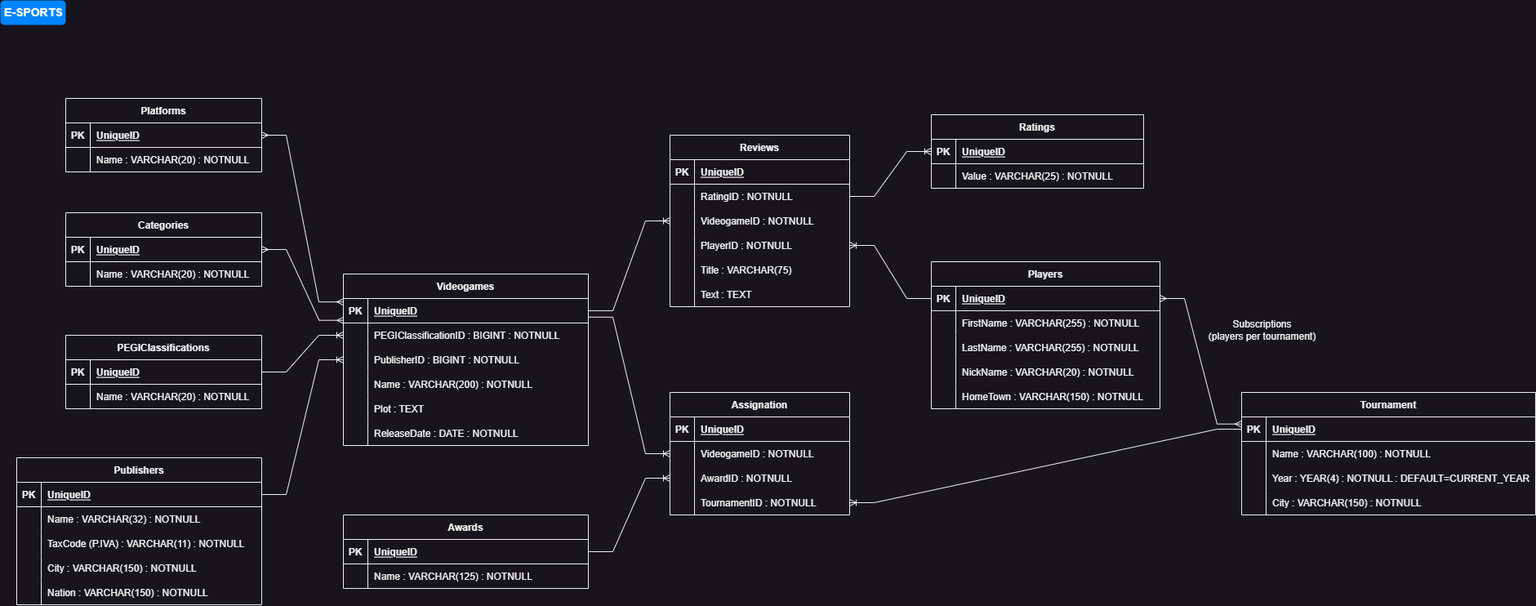
Earlier version of the draw.io export db-videogames.drawio.png (FrancescoLimpias/db-videogames). Source tidied: cells renumbered, new cells last; positions are measured from the earlier drawing's top-left corner, leaving out a move shared by most shapes.
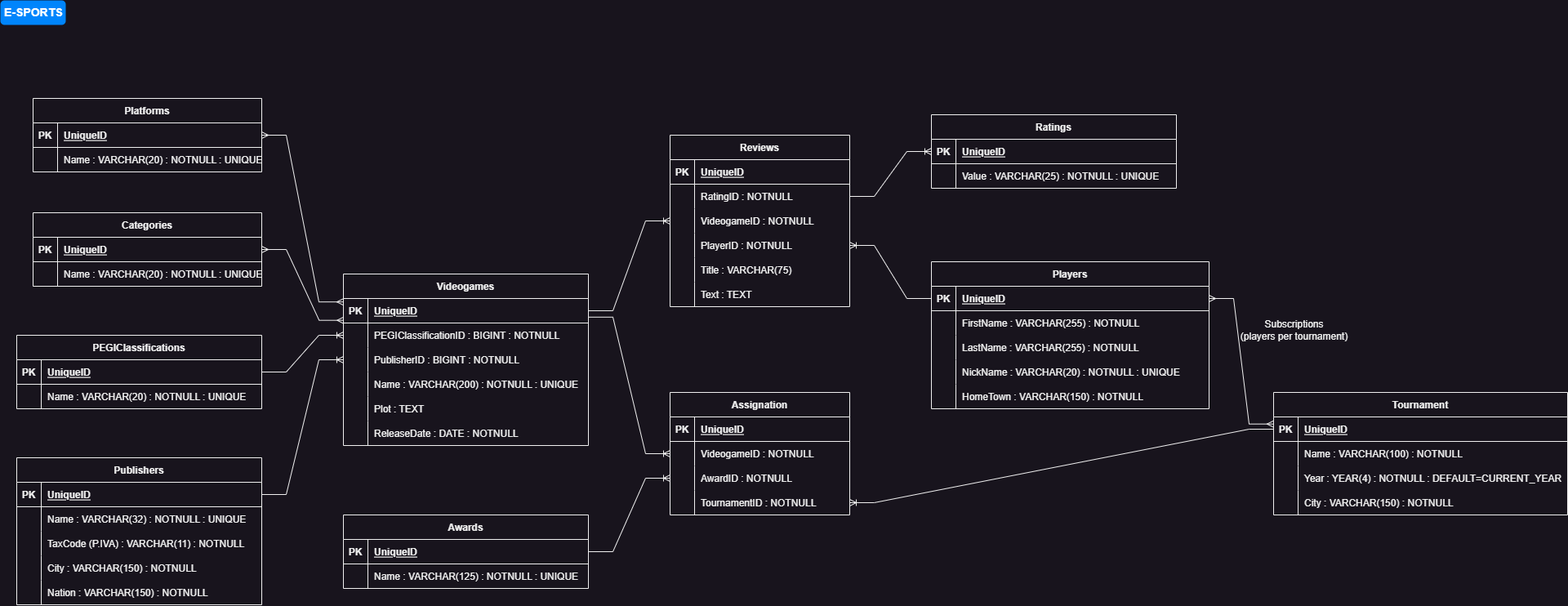
Later version of the same file.

Commit message:
Added Unique Attribute

What changed in the source:
```diff
@@ -41,7 +41,7 @@
     <mxCell id="14" style="shape=partialRectangle;fillColor=none;top=0;left=0;bottom=0;right=0;overflow=hidden;" parent="13" vertex="1">
       <mxGeometry width="30" height="30" as="geometry" />
     </mxCell>
-    <mxCell id="15" value="Name : VARCHAR(200) : NOTNULL" style="shape=partialRectangle;fillColor=none;top=0;left=0;bottom=0;right=0;align=left;spacingLeft=6;overflow=hidden;" parent="13" vertex="1">
+    <mxCell id="15" value="Name : VARCHAR(200) : NOTNULL : UNIQUE" style="shape=partialRectangle;fillColor=none;top=0;left=0;bottom=0;right=0;align=left;spacingLeft=6;overflow=hidden;" parent="13" vertex="1">
       <mxGeometry x="30" width="270" height="30" as="geometry" />
     </mxCell>
     <mxCell id="16" style="shape=tableRow;horizontal=0;startSize=0;swimlaneHead=0;swimlaneBody=0;fillColor=none;top=0;left=0;right=0;bottom=0;" parent="3" vertex="1">
@@ -80,7 +80,7 @@
     <mxCell id="27" style="shape=partialRectangle;fillColor=none;top=0;left=0;bottom=0;right=0;overflow=hidden;" parent="26" vertex="1">
       <mxGeometry width="30" height="30" as="geometry" />
     </mxCell>
-    <mxCell id="28" value="Name : VARCHAR(32) : NOTNULL" style="shape=partialRectangle;fillColor=none;top=0;left=0;bottom=0;right=0;align=left;spacingLeft=6;overflow=hidden;" parent="26" vertex="1">
+    <mxCell id="28" value="Name : VARCHAR(32) : NOTNULL : UNIQUE" style="shape=partialRectangle;fillColor=none;top=0;left=0;bottom=0;right=0;align=left;spacingLeft=6;overflow=hidden;" parent="26" vertex="1">
       <mxGeometry x="30" width="270" height="30" as="geometry" />
     </mxCell>
     <mxCell id="29" style="shape=tableRow;horizontal=0;startSize=0;swimlaneHead=0;swimlaneBody=0;fillColor=none;top=0;left=0;right=0;bottom=0;" parent="22" vertex="1">
@@ -111,70 +111,70 @@
       <mxGeometry x="30" width="270" height="30" as="geometry" />
     </mxCell>
     <mxCell id="38" value="Platforms" style="shape=table;startSize=30;rowLines=0;fontStyle=1;align=center;" parent="1" vertex="1">
-      <mxGeometry x="80" y="120" width="240" height="90" as="geometry" />
+      <mxGeometry x="40" y="120" width="280" height="90" as="geometry" />
     </mxCell>
     <mxCell id="39" style="shape=tableRow;horizontal=0;startSize=0;swimlaneHead=0;swimlaneBody=0;fillColor=none;points=[[0,0.5],[1,0.5]];portConstraint=eastwest;top=0;left=0;right=0;bottom=1;" parent="38" vertex="1">
-      <mxGeometry y="30" width="240" height="30" as="geometry" />
+      <mxGeometry y="30" width="280" height="30" as="geometry" />
     </mxCell>
     <mxCell id="40" value="PK" style="shape=partialRectangle;fillColor=none;top=0;left=0;bottom=0;right=0;fontStyle=1;overflow=hidden;" parent="39" vertex="1">
       <mxGeometry width="30" height="30" as="geometry" />
     </mxCell>
     <mxCell id="41" value="UniqueID" style="shape=partialRectangle;fillColor=none;top=0;left=0;bottom=0;right=0;align=left;spacingLeft=6;fontStyle=5;overflow=hidden;" parent="39" vertex="1">
-      <mxGeometry x="30" width="210" height="30" as="geometry" />
+      <mxGeometry x="30" width="250" height="30" as="geometry" />
     </mxCell>
     <mxCell id="42" style="shape=tableRow;horizontal=0;startSize=0;swimlaneHead=0;swimlaneBody=0;fillColor=none;top=0;left=0;right=0;bottom=0;" parent="38" vertex="1">
-      <mxGeometry y="60" width="240" height="30" as="geometry" />
+      <mxGeometry y="60" width="280" height="30" as="geometry" />
     </mxCell>
     <mxCell id="43" style="shape=partialRectangle;fillColor=none;top=0;left=0;bottom=0;right=0;overflow=hidden;" parent="42" vertex="1">
       <mxGeometry width="30" height="30" as="geometry" />
     </mxCell>
-    <mxCell id="44" value="Name : VARCHAR(20) : NOTNULL" style="shape=partialRectangle;fillColor=none;top=0;left=0;bottom=0;right=0;align=left;spacingLeft=6;overflow=hidden;" parent="42" vertex="1">
-      <mxGeometry x="30" width="210" height="30" as="geometry" />
+    <mxCell id="44" value="Name : VARCHAR(20) : NOTNULL : UNIQUE" style="shape=partialRectangle;fillColor=none;top=0;left=0;bottom=0;right=0;align=left;spacingLeft=6;overflow=hidden;" parent="42" vertex="1">
+      <mxGeometry x="30" width="250" height="30" as="geometry" />
     </mxCell>
     <mxCell id="45" value="Categories" style="shape=table;startSize=30;rowLines=0;fontStyle=1;align=center;" parent="1" vertex="1">
-      <mxGeometry x="80" y="260" width="240" height="90" as="geometry" />
+      <mxGeometry x="40" y="260" width="280" height="90" as="geometry" />
     </mxCell>
     <mxCell id="46" style="shape=tableRow;horizontal=0;startSize=0;swimlaneHead=0;swimlaneBody=0;fillColor=none;points=[[0,0.5],[1,0.5]];portConstraint=eastwest;top=0;left=0;right=0;bottom=1;" parent="45" vertex="1">
-      <mxGeometry y="30" width="240" height="30" as="geometry" />
+      <mxGeometry y="30" width="280" height="30" as="geometry" />
     </mxCell>
     <mxCell id="47" value="PK" style="shape=partialRectangle;fillColor=none;top=0;left=0;bottom=0;right=0;fontStyle=1;overflow=hidden;" parent="46" vertex="1">
       <mxGeometry width="30" height="30" as="geometry" />
     </mxCell>
     <mxCell id="48" value="UniqueID" style="shape=partialRectangle;fillColor=none;top=0;left=0;bottom=0;right=0;align=left;spacingLeft=6;fontStyle=5;overflow=hidden;" parent="46" vertex="1">
-      <mxGeometry x="30" width="210" height="30" as="geometry" />
+      <mxGeometry x="30" width="250" height="30" as="geometry" />
     </mxCell>
     <mxCell id="49" style="shape=tableRow;horizontal=0;startSize=0;swimlaneHead=0;swimlaneBody=0;fillColor=none;top=0;left=0;right=0;bottom=0;" parent="45" vertex="1">
-      <mxGeometry y="60" width="240" height="30" as="geometry" />
+      <mxGeometry y="60" width="280" height="30" as="geometry" />
     </mxCell>
     <mxCell id="50" style="shape=partialRectangle;fillColor=none;top=0;left=0;bottom=0;right=0;overflow=hidden;" parent="49" vertex="1">
       <mxGeometry width="30" height="30" as="geometry" />
     </mxCell>
-    <mxCell id="51" value="Name : VARCHAR(20) : NOTNULL" style="shape=partialRectangle;fillColor=none;top=0;left=0;bottom=0;right=0;align=left;spacingLeft=6;overflow=hidden;" parent="49" vertex="1">
-      <mxGeometry x="30" width="210" height="30" as="geometry" />
+    <mxCell id="51" value="Name : VARCHAR(20) : NOTNULL : UNIQUE" style="shape=partialRectangle;fillColor=none;top=0;left=0;bottom=0;right=0;align=left;spacingLeft=6;overflow=hidden;" parent="49" vertex="1">
+      <mxGeometry x="30" width="250" height="30" as="geometry" />
     </mxCell>
     <mxCell id="52" value="PEGIClassifications" style="shape=table;startSize=30;rowLines=0;fontStyle=1;align=center;" parent="1" vertex="1">
-      <mxGeometry x="80" y="410" width="240" height="90" as="geometry" />
+      <mxGeometry x="20" y="410" width="300" height="90" as="geometry" />
     </mxCell>
     <mxCell id="53" style="shape=tableRow;horizontal=0;startSize=0;swimlaneHead=0;swimlaneBody=0;fillColor=none;points=[[0,0.5],[1,0.5]];portConstraint=eastwest;top=0;left=0;right=0;bottom=1;" parent="52" vertex="1">
-      <mxGeometry y="30" width="240" height="30" as="geometry" />
+      <mxGeometry y="30" width="300" height="30" as="geometry" />
     </mxCell>
     <mxCell id="54" value="PK" style="shape=partialRectangle;fillColor=none;top=0;left=0;bottom=0;right=0;fontStyle=1;overflow=hidden;" parent="53" vertex="1">
       <mxGeometry width="30" height="30" as="geometry" />
     </mxCell>
     <mxCell id="55" value="UniqueID" style="shape=partialRectangle;fillColor=none;top=0;left=0;bottom=0;right=0;align=left;spacingLeft=6;fontStyle=5;overflow=hidden;" parent="53" vertex="1">
-      <mxGeometry x="30" width="210" height="30" as="geometry" />
+      <mxGeometry x="30" width="270" height="30" as="geometry" />
     </mxCell>
     <mxCell id="56" style="shape=tableRow;horizontal=0;startSize=0;swimlaneHead=0;swimlaneBody=0;fillColor=none;top=0;left=0;right=0;bottom=0;" parent="52" vertex="1">
-      <mxGeometry y="60" width="240" height="30" as="geometry" />
+      <mxGeometry y="60" width="300" height="30" as="geometry" />
     </mxCell>
     <mxCell id="57" style="shape=partialRectangle;fillColor=none;top=0;left=0;bottom=0;right=0;overflow=hidden;" parent="56" vertex="1">
       <mxGeometry width="30" height="30" as="geometry" />
     </mxCell>
-    <mxCell id="58" value="Name : VARCHAR(20) : NOTNULL" style="shape=partialRectangle;fillColor=none;top=0;left=0;bottom=0;right=0;align=left;spacingLeft=6;overflow=hidden;" parent="56" vertex="1">
-      <mxGeometry x="30" width="210" height="30" as="geometry" />
+    <mxCell id="58" value="Name : VARCHAR(20) : NOTNULL : UNIQUE" style="shape=partialRectangle;fillColor=none;top=0;left=0;bottom=0;right=0;align=left;spacingLeft=6;overflow=hidden;" parent="56" vertex="1">
+      <mxGeometry x="30" width="270" height="30" as="geometry" />
     </mxCell>
     <mxCell id="59" value="Tournament" style="shape=table;startSize=30;rowLines=0;fontStyle=1;align=center;" parent="1" vertex="1">
-      <mxGeometry x="1520" y="480" width="360" height="150" as="geometry" />
+      <mxGeometry x="1559" y="480" width="360" height="150" as="geometry" />
     </mxCell>
     <mxCell id="60" style="shape=tableRow;horizontal=0;startSize=0;swimlaneHead=0;swimlaneBody=0;fillColor=none;points=[[0,0.5],[1,0.5]];portConstraint=eastwest;top=0;left=0;right=0;bottom=1;" parent="59" vertex="1">
       <mxGeometry y="30" width="360" height="30" as="geometry" />
@@ -213,52 +213,52 @@
       <mxGeometry x="30" width="330" height="30" as="geometry" />
     </mxCell>
     <mxCell id="72" value="Players" style="shape=table;startSize=30;rowLines=0;fontStyle=1;align=center;" parent="1" vertex="1">
-      <mxGeometry x="1140" y="320" width="280" height="180" as="geometry" />
+      <mxGeometry x="1140" y="320" width="340" height="180" as="geometry" />
     </mxCell>
     <mxCell id="73" style="shape=tableRow;horizontal=0;startSize=0;swimlaneHead=0;swimlaneBody=0;fillColor=none;points=[[0,0.5],[1,0.5]];portConstraint=eastwest;top=0;left=0;right=0;bottom=1;" parent="72" vertex="1">
-      <mxGeometry y="30" width="280" height="30" as="geometry" />
+      <mxGeometry y="30" width="340" height="30" as="geometry" />
     </mxCell>
     <mxCell id="74" value="PK" style="shape=partialRectangle;fillColor=none;top=0;left=0;bottom=0;right=0;fontStyle=1;overflow=hidden;" parent="73" vertex="1">
       <mxGeometry width="30" height="30" as="geometry" />
     </mxCell>
     <mxCell id="75" value="UniqueID" style="shape=partialRectangle;fillColor=none;top=0;left=0;bottom=0;right=0;align=left;spacingLeft=6;fontStyle=5;overflow=hidden;" parent="73" vertex="1">
-      <mxGeometry x="30" width="250" height="30" as="geometry" />
+      <mxGeometry x="30" width="310" height="30" as="geometry" />
     </mxCell>
     <mxCell id="76" style="shape=tableRow;horizontal=0;startSize=0;swimlaneHead=0;swimlaneBody=0;fillColor=none;top=0;left=0;right=0;bottom=0;" parent="72" vertex="1">
-      <mxGeometry y="60" width="280" height="30" as="geometry" />
+      <mxGeometry y="60" width="340" height="30" as="geometry" />
     </mxCell>
     <mxCell id="77" style="shape=partialRectangle;fillColor=none;top=0;left=0;bottom=0;right=0;overflow=hidden;" parent="76" vertex="1">
       <mxGeometry width="30" height="30" as="geometry" />
     </mxCell>
     <mxCell id="78" value="FirstName : VARCHAR(255) : NOTNULL" style="shape=partialRectangle;fillColor=none;top=0;left=0;bottom=0;right=0;align=left;spacingLeft=6;overflow=hidden;" parent="76" vertex="1">
-      <mxGeometry x="30" width="250" height="30" as="geometry" />
+      <mxGeometry x="30" width="310" height="30" as="geometry" />
     </mxCell>
     <mxCell id="79" style="shape=tableRow;horizontal=0;startSize=0;swimlaneHead=0;swimlaneBody=0;fillColor=none;top=0;left=0;right=0;bottom=0;" parent="72" vertex="1">
-      <mxGeometry y="90" width="280" height="30" as="geometry" />
+      <mxGeometry y="90" width="340" height="30" as="geometry" />
     </mxCell>
     <mxCell id="80" style="shape=partialRectangle;fillColor=none;top=0;left=0;bottom=0;right=0;overflow=hidden;" parent="79" vertex="1">
       <mxGeometry width="30" height="30" as="geometry" />
     </mxCell>
     <mxCell id="81" value="LastName : VARCHAR(255) : NOTNULL" style="shape=partialRectangle;fillColor=none;top=0;left=0;bottom=0;right=0;align=left;spacingLeft=6;overflow=hidden;" parent="79" vertex="1">
-      <mxGeometry x="30" width="250" height="30" as="geometry" />
+      <mxGeometry x="30" width="310" height="30" as="geometry" />
     </mxCell>
     <mxCell id="82" style="shape=tableRow;horizontal=0;startSize=0;swimlaneHead=0;swimlaneBody=0;fillColor=none;top=0;left=0;right=0;bottom=0;" parent="72" vertex="1">
-      <mxGeometry y="120" width="280" height="30" as="geometry" />
+      <mxGeometry y="120" width="340" height="30" as="geometry" />
     </mxCell>
     <mxCell id="83" style="shape=partialRectangle;fillColor=none;top=0;left=0;bottom=0;right=0;overflow=hidden;" parent="82" vertex="1">
       <mxGeometry width="30" height="30" as="geometry" />
     </mxCell>
-    <mxCell id="84" value="NickName : VARCHAR(20) : NOTNULL" style="shape=partialRectangle;fillColor=none;top=0;left=0;bottom=0;right=0;align=left;spacingLeft=6;overflow=hidden;" parent="82" vertex="1">
-      <mxGeometry x="30" width="250" height="30" as="geometry" />
+    <mxCell id="84" value="NickName : VARCHAR(20) : NOTNULL : UNIQUE" style="shape=partialRectangle;fillColor=none;top=0;left=0;bottom=0;right=0;align=left;spacingLeft=6;overflow=hidden;" parent="82" vertex="1">
+      <mxGeometry x="30" width="310" height="30" as="geometry" />
     </mxCell>
     <mxCell id="85" style="shape=tableRow;horizontal=0;startSize=0;swimlaneHead=0;swimlaneBody=0;fillColor=none;top=0;left=0;right=0;bottom=0;" parent="72" vertex="1">
-      <mxGeometry y="150" width="280" height="30" as="geometry" />
+      <mxGeometry y="150" width="340" height="30" as="geometry" />
     </mxCell>
     <mxCell id="86" style="shape=partialRectangle;fillColor=none;top=0;left=0;bottom=0;right=0;overflow=hidden;" parent="85" vertex="1">
       <mxGeometry width="30" height="30" as="geometry" />
     </mxCell>
     <mxCell id="87" value="HomeTown : VARCHAR(150) : NOTNULL" style="shape=partialRectangle;fillColor=none;top=0;left=0;bottom=0;right=0;align=left;spacingLeft=6;overflow=hidden;" parent="85" vertex="1">
-      <mxGeometry x="30" width="250" height="30" as="geometry" />
+      <mxGeometry x="30" width="310" height="30" as="geometry" />
     </mxCell>
     <mxCell id="88" value="Reviews" style="shape=table;startSize=30;rowLines=0;fontStyle=1;align=center;" parent="1" vertex="1">
       <mxGeometry x="820" y="165" width="220" height="210" as="geometry" />
@@ -335,7 +335,7 @@
     <mxCell id="112" style="shape=partialRectangle;fillColor=none;top=0;left=0;bottom=0;right=0;overflow=hidden;" parent="111" vertex="1">
       <mxGeometry width="30" height="30" as="geometry" />
     </mxCell>
-    <mxCell id="113" value="Name : VARCHAR(125) : NOTNULL" style="shape=partialRectangle;fillColor=none;top=0;left=0;bottom=0;right=0;align=left;spacingLeft=6;overflow=hidden;" parent="111" vertex="1">
+    <mxCell id="113" value="Name : VARCHAR(125) : NOTNULL : UNIQUE" style="shape=partialRectangle;fillColor=none;top=0;left=0;bottom=0;right=0;align=left;spacingLeft=6;overflow=hidden;" parent="111" vertex="1">
       <mxGeometry x="30" width="270" height="30" as="geometry" />
     </mxCell>
     <mxCell id="114" value="Assignation" style="shape=table;startSize=30;rowLines=0;fontStyle=1;align=center;" parent="1" vertex="1">
@@ -393,7 +393,7 @@
       <mxGeometry relative="1" as="geometry" />
     </mxCell>
     <mxCell id="132" value="Subscriptions&lt;br&gt;(players per tournament)" style="text;html=1;align=center;verticalAlign=middle;strokeColor=none;fillColor=none;rotation=0;" parent="1" vertex="1">
-      <mxGeometry x="1470" y="384" width="150" height="40" as="geometry" />
+      <mxGeometry x="1509" y="384" width="150" height="40" as="geometry" />
     </mxCell>
     <mxCell id="133" style="edgeStyle=entityRelationEdgeStyle;fontSize=12;html=1;endArrow=ERoneToMany;rounded=0;exitX=0;exitY=0.5;exitDx=0;exitDy=0;" parent="1" edge="1" source="73" target="98">
       <mxGeometry relative="1" as="geometry" />
@@ -402,25 +402,25 @@
       <mxGeometry relative="1" as="geometry" />
     </mxCell>
     <mxCell id="135" value="Ratings" style="shape=table;startSize=30;rowLines=0;fontStyle=1;align=center;" parent="1" vertex="1">
-      <mxGeometry x="1140" y="140" width="260" height="90" as="geometry" />
+      <mxGeometry x="1140" y="140" width="300" height="90" as="geometry" />
     </mxCell>
     <mxCell id="136" style="shape=tableRow;horizontal=0;startSize=0;swimlaneHead=0;swimlaneBody=0;fillColor=none;points=[[0,0.5],[1,0.5]];portConstraint=eastwest;top=0;left=0;right=0;bottom=1;" parent="135" vertex="1">
-      <mxGeometry y="30" width="260" height="30" as="geometry" />
+      <mxGeometry y="30" width="300" height="30" as="geometry" />
     </mxCell>
     <mxCell id="137" value="PK" style="shape=partialRectangle;fillColor=none;top=0;left=0;bottom=0;right=0;fontStyle=1;overflow=hidden;" parent="136" vertex="1">
       <mxGeometry width="30" height="30" as="geometry" />
     </mxCell>
     <mxCell id="138" value="UniqueID" style="shape=partialRectangle;fillColor=none;top=0;left=0;bottom=0;right=0;align=left;spacingLeft=6;fontStyle=5;overflow=hidden;" parent="136" vertex="1">
-      <mxGeometry x="30" width="230" height="30" as="geometry" />
+      <mxGeometry x="30" width="270" height="30" as="geometry" />
     </mxCell>
     <mxCell id="139" style="shape=tableRow;horizontal=0;startSize=0;swimlaneHead=0;swimlaneBody=0;fillColor=none;top=0;left=0;right=0;bottom=0;" parent="135" vertex="1">
-      <mxGeometry y="60" width="260" height="30" as="geometry" />
+      <mxGeometry y="60" width="300" height="30" as="geometry" />
     </mxCell>
     <mxCell id="140" style="shape=partialRectangle;fillColor=none;top=0;left=0;bottom=0;right=0;overflow=hidden;" parent="139" vertex="1">
       <mxGeometry width="30" height="30" as="geometry" />
     </mxCell>
-    <mxCell id="141" value="Value : VARCHAR(25) : NOTNULL" style="shape=partialRectangle;fillColor=none;top=0;left=0;bottom=0;right=0;align=left;spacingLeft=6;overflow=hidden;" parent="139" vertex="1">
-      <mxGeometry x="30" width="230" height="30" as="geometry" />
+    <mxCell id="141" value="Value : VARCHAR(25) : NOTNULL : UNIQUE" style="shape=partialRectangle;fillColor=none;top=0;left=0;bottom=0;right=0;align=left;spacingLeft=6;overflow=hidden;" parent="139" vertex="1">
+      <mxGeometry x="30" width="270" height="30" as="geometry" />
     </mxCell>
     <mxCell id="142" style="edgeStyle=entityRelationEdgeStyle;fontSize=12;html=1;endArrow=ERoneToMany;rounded=0;exitX=1;exitY=0.5;exitDx=0;exitDy=0;" parent="1" edge="1" source="92" target="136">
       <mxGeometry relative="1" as="geometry" />
```
